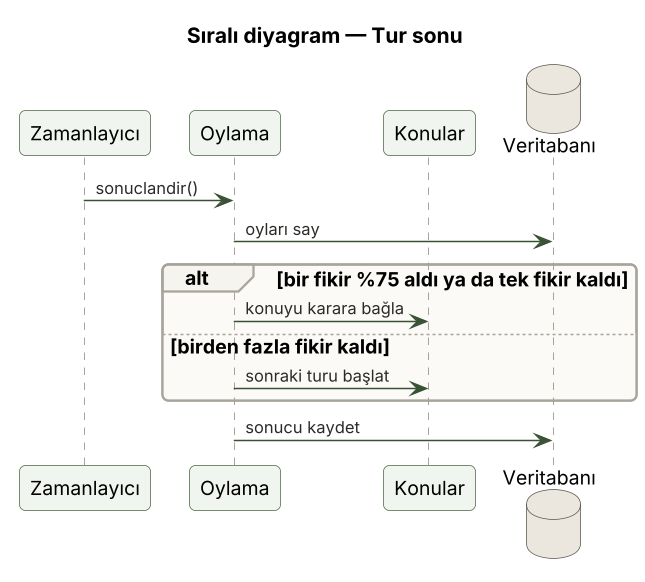
Earlier version of the PlantUML export docs/uml/png/3c_sirali_tur_sonu.png (Baki-B/YZM327-Odevler). Its diagram source:
```plantuml
@startuml 3c_sirali_tur_sonu
skinparamlocked dpi 144
!include _stil.iuml
title Sıralı diyagram — Tur sonu
participant "Zamanlayıcı" as Z
participant "Oylama" as O
participant "Konular" as K
database "Veritabanı" as V

Z -> O : sonuclandir()
O -> V : oyları say
alt bir fikir %75 aldı ya da tek fikir kaldı
  O -> K : konuyu karara bağla
else birden fazla fikir kaldı
  O -> K : sonraki turu başlat
end
O -> V : sonucu kaydet
@enduml
```
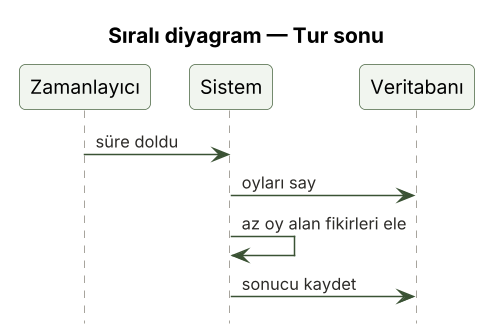
Above is the later version.

What changed in the source:
```diff
@@ -2,17 +2,13 @@
 skinparamlocked dpi 144
 !include _stil.iuml
 title Sıralı diyagram — Tur sonu
+hide footbox
 participant "Zamanlayıcı" as Z
-participant "Oylama" as O
-participant "Konular" as K
-database "Veritabanı" as V
+participant "Sistem" as S
+participant "Veritabanı" as V
 
-Z -> O : sonuclandir()
-O -> V : oyları say
-alt bir fikir %75 aldı ya da tek fikir kaldı
-  O -> K : konuyu karara bağla
-else birden fazla fikir kaldı
-  O -> K : sonraki turu başlat
-end
-O -> V : sonucu kaydet
+Z -> S : süre doldu
+S -> V : oyları say
+S -> S : az oy alan fikirleri ele
+S -> V : sonucu kaydet
 @enduml
```
